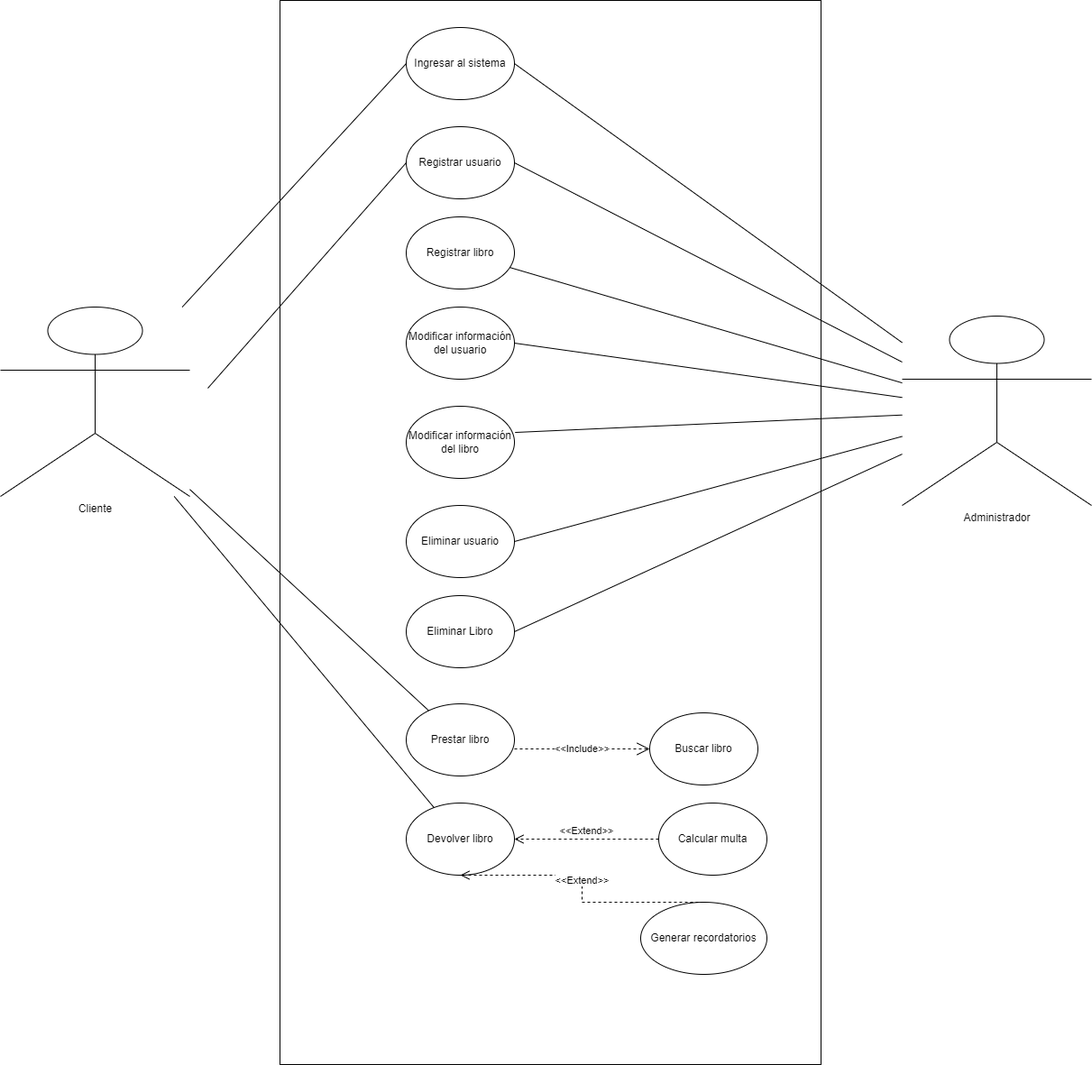
Above: DiagramasSistemaDeGestionBiblioteca/DiagramaDeCasosDeUsoVersion1.drawio.png in 2005Vagem/ProyectoProgramacionI (draw.io), before the change. Source tidied: cells renumbered, new cells last; positions are measured from the earlier drawing's top-left corner, leaving out a move shared by most shapes.
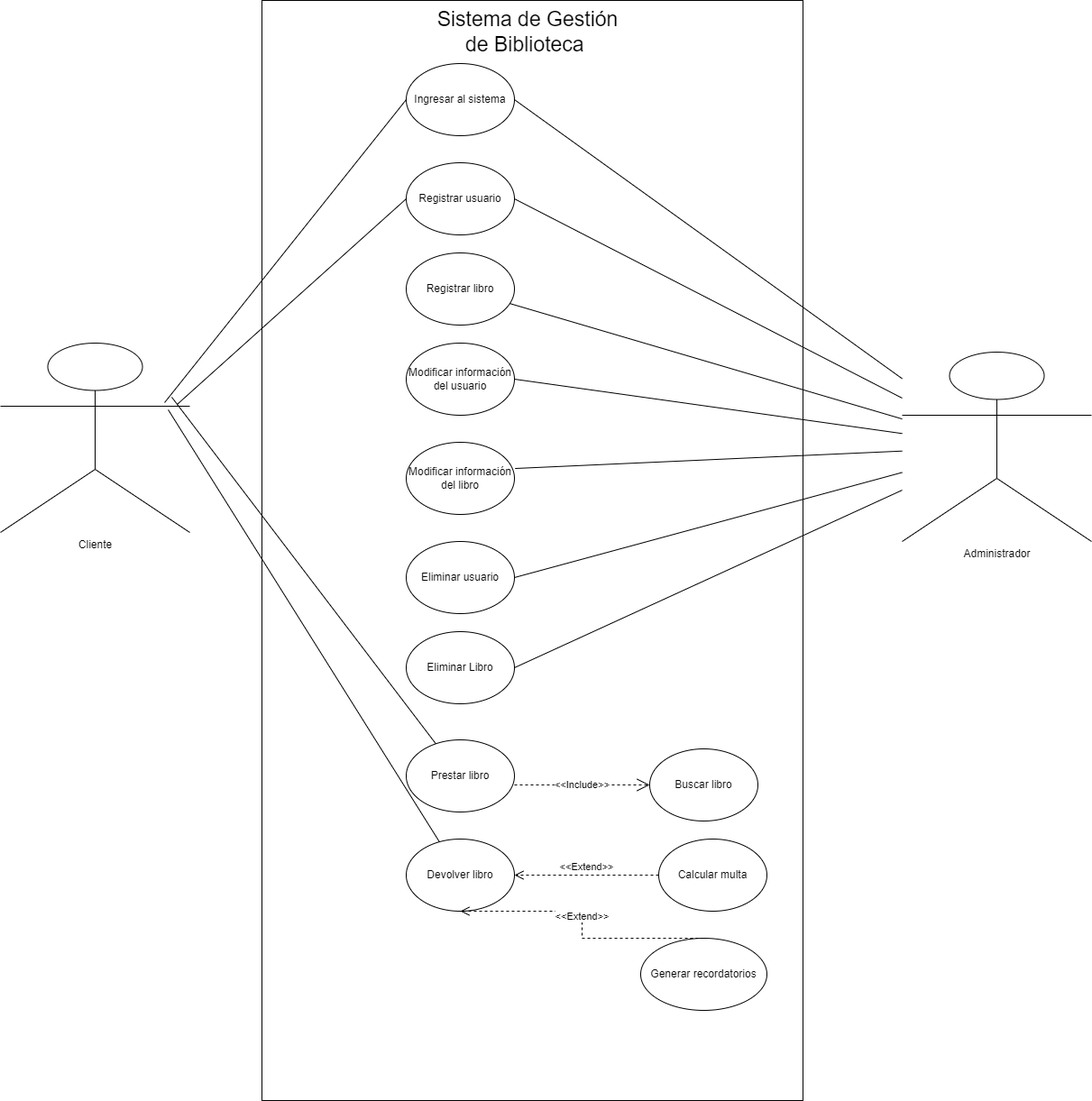
Later version of the same file.

Commit message:
Modificación DiagramaDeCasosDeUso

What changed in the source:
```diff
@@ -3,7 +3,7 @@
     <mxCell id="0" />
     <mxCell id="1" parent="0" />
     <mxCell id="2" style="whiteSpace=wrap;html=1;" parent="1" vertex="1">
-      <mxGeometry x="310" width="600" height="1180" as="geometry" />
+      <mxGeometry x="290" y="-40" width="600" height="1220" as="geometry" />
     </mxCell>
     <mxCell id="3" value="Registrar usuario" style="ellipse;whiteSpace=wrap;html=1;" parent="1" vertex="1">
       <mxGeometry x="450" y="140" width="120" height="80" as="geometry" />
@@ -47,15 +47,15 @@
     <mxCell id="16" value="Cliente" style="shape=umlActor;verticalLabelPosition=bottom;verticalAlign=top;html=1;" parent="1" vertex="1">
       <mxGeometry y="340" width="210" height="210" as="geometry" />
     </mxCell>
-    <mxCell id="17" style="endArrow=none;html=1;rounded=0;entryX=0;entryY=0.5;entryDx=0;entryDy=0;" parent="1" edge="1" target="3">
-      <mxGeometry relative="1" as="geometry">
-        <mxPoint x="230" y="430" as="sourcePoint" />
-      </mxGeometry>
+    <mxCell id="17" style="endArrow=none;html=1;rounded=0;entryX=0;entryY=0.5;entryDx=0;entryDy=0;exitX=0.933;exitY=0.324;exitDx=0;exitDy=0;exitPerimeter=0;" parent="1" edge="1" source="16" target="3">
+      <mxGeometry relative="1" as="geometry" />
     </mxCell>
-    <mxCell id="18" style="endArrow=none;html=1;rounded=0;" parent="1" edge="1" source="16" target="9">
-      <mxGeometry relative="1" as="geometry" />
+    <mxCell id="18" style="endArrow=none;html=1;rounded=0;" parent="1" edge="1" target="9">
+      <mxGeometry relative="1" as="geometry">
+        <mxPoint x="190" y="400" as="sourcePoint" />
+      </mxGeometry>
     </mxCell>
-    <mxCell id="19" style="endArrow=none;html=1;rounded=0;" parent="1" edge="1" source="16" target="10">
+    <mxCell id="19" style="endArrow=none;html=1;rounded=0;exitX=0.886;exitY=0.352;exitDx=0;exitDy=0;exitPerimeter=0;" parent="1" edge="1" source="16" target="10">
       <mxGeometry relative="1" as="geometry" />
     </mxCell>
     <mxCell id="20" style="endArrow=none;html=1;rounded=0;exitX=1;exitY=0.5;exitDx=0;exitDy=0;" parent="1" edge="1" source="3" target="15">
@@ -85,11 +85,14 @@
     <mxCell id="28" value="Ingresar al sistema" style="ellipse;whiteSpace=wrap;html=1;" parent="1" vertex="1">
       <mxGeometry x="450" y="30" width="120" height="80" as="geometry" />
     </mxCell>
-    <mxCell id="29" style="endArrow=none;html=1;rounded=0;entryX=0;entryY=0.5;entryDx=0;entryDy=0;" parent="1" edge="1" source="16" target="28">
+    <mxCell id="29" style="endArrow=none;html=1;rounded=0;entryX=0;entryY=0.5;entryDx=0;entryDy=0;exitX=0.867;exitY=0.314;exitDx=0;exitDy=0;exitPerimeter=0;" parent="1" edge="1" source="16" target="28">
       <mxGeometry relative="1" as="geometry" />
     </mxCell>
     <mxCell id="30" style="endArrow=none;html=1;rounded=0;entryX=1;entryY=0.5;entryDx=0;entryDy=0;" parent="1" edge="1" source="15" target="28">
       <mxGeometry relative="1" as="geometry" />
     </mxCell>
+    <mxCell id="31" value="Sistema de Gestión de Biblioteca&amp;nbsp;" style="text;html=1;strokeColor=none;fillColor=none;align=center;verticalAlign=middle;whiteSpace=wrap;rounded=0;fontSize=23;" parent="1" vertex="1">
+      <mxGeometry x="470" y="-20" width="230" height="30" as="geometry" />
+    </mxCell>
   </root>
 </mxGraphModel>
```
